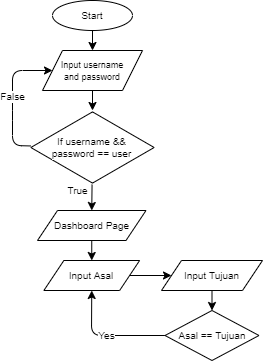
Above: flowchart.drawio.png in tafanianatalia/tafania-flight-booking-app (draw.io), before the change. Source tidied: cells renumbered, new cells last; positions are measured from the earlier drawing's top-left corner, leaving out a move shared by most shapes.
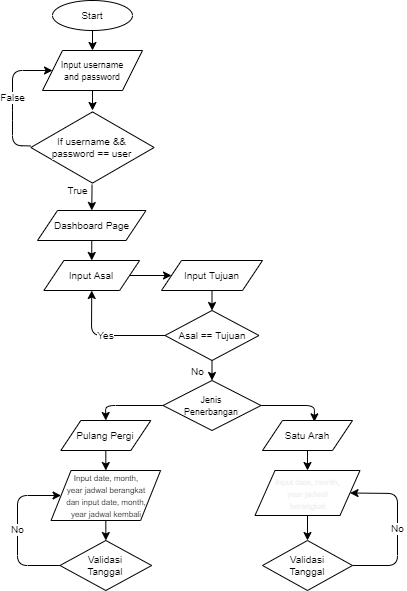
After the change.

Commit message:
feet : add if condition that require a valid date

What changed in the source:
```diff
@@ -2,9 +2,9 @@
   <root>
     <mxCell id="0" />
     <mxCell id="1" parent="0" />
-    <mxCell id="2" style="edgeStyle=none;html=1;exitX=0.5;exitY=1;exitDx=0;exitDy=0;entryX=0.5;entryY=0;entryDx=0;entryDy=0;fontSize=10;labelBackgroundColor=default;strokeColor=#000000;" parent="1" edge="1" source="3" target="5">
-      <mxGeometry relative="1" as="geometry" />
-    </mxCell>
+    <mxCell id="16" style="edgeStyle=none;html=1;exitX=0.5;exitY=1;exitDx=0;exitDy=0;entryX=0.5;entryY=0;entryDx=0;entryDy=0;fontSize=10;labelBackgroundColor=default;strokeColor=#000000;" parent="1" edge="1" source="3" target="5">
+      <mxGeometry relative="1" as="geometry" />
+    </mxCell>
     <mxCell id="3" value="Start" style="ellipse;whiteSpace=wrap;html=1;fontSize=10;labelBackgroundColor=default;" parent="1" vertex="1">
       <mxGeometry x="40" width="80" height="30" as="geometry" />
     </mxCell>
@@ -41,21 +41,87 @@
     <mxCell id="12" value="&lt;span style=&quot;font-weight: normal&quot;&gt;Input Asal&lt;/span&gt;" style="shape=parallelogram;perimeter=parallelogramPerimeter;whiteSpace=wrap;html=1;fixedSize=1;fontSize=10;fontStyle=1;labelBackgroundColor=default;" parent="1" vertex="1">
       <mxGeometry x="31.4" y="260" width="95.8" height="30" as="geometry" />
     </mxCell>
-    <mxCell id="13" style="edgeStyle=none;html=1;exitX=0.5;exitY=1;exitDx=0;exitDy=0;entryX=0.5;entryY=0;entryDx=0;entryDy=0;fontSize=5;labelBackgroundColor=default;strokeColor=#000000;" parent="1" edge="1" source="14" target="16">
-      <mxGeometry relative="1" as="geometry" />
-    </mxCell>
+    <mxCell id="17" style="edgeStyle=none;html=1;exitX=0.5;exitY=1;exitDx=0;exitDy=0;entryX=0.5;entryY=0;entryDx=0;entryDy=0;fontSize=5;labelBackgroundColor=default;strokeColor=#000000;" parent="1" edge="1" source="14" target="19">
+      <mxGeometry relative="1" as="geometry" />
+    </mxCell>
     <mxCell id="14" value="Input Tujuan" style="shape=parallelogram;perimeter=parallelogramPerimeter;whiteSpace=wrap;html=1;fixedSize=1;fontSize=10;labelBackgroundColor=default;" parent="1" vertex="1">
       <mxGeometry x="149" y="260" width="101" height="30" as="geometry" />
     </mxCell>
-    <mxCell id="15" value="Yes" style="edgeStyle=none;html=1;exitX=0;exitY=0.5;exitDx=0;exitDy=0;entryX=0.5;entryY=1;entryDx=0;entryDy=0;fontSize=10;labelBackgroundColor=#FFFFFF;strokeColor=#000000;fontColor=#000000;" parent="1" edge="1" source="16" target="12">
+    <mxCell id="15" value="Yes" style="edgeStyle=none;html=1;exitX=0;exitY=0.5;exitDx=0;exitDy=0;entryX=0.5;entryY=1;entryDx=0;entryDy=0;fontSize=10;labelBackgroundColor=#FFFFFF;strokeColor=#000000;fontColor=#000000;" parent="1" edge="1" source="19" target="12">
       <mxGeometry relative="1" as="geometry">
         <Array as="points">
           <mxPoint x="79" y="335" />
         </Array>
       </mxGeometry>
     </mxCell>
-    <mxCell id="16" value="Asal == Tujuan" style="rhombus;whiteSpace=wrap;html=1;fontSize=10;labelBackgroundColor=default;" parent="1" vertex="1">
-      <mxGeometry x="152.5" y="310" width="94" height="50" as="geometry" />
-    </mxCell>
+    <mxCell id="18" value="No" style="edgeStyle=none;html=1;exitX=0.5;exitY=1;exitDx=0;exitDy=0;entryX=0.5;entryY=0;entryDx=0;entryDy=0;fontSize=10;labelBackgroundColor=#FFFFFF;strokeColor=#000000;fontColor=#000000;" parent="1" edge="1" source="19" target="22">
+      <mxGeometry x="0.1" y="-14" relative="1" as="geometry" />
+    </mxCell>
+    <mxCell id="19" value="Asal == Tujuan" style="rhombus;whiteSpace=wrap;html=1;fontSize=10;labelBackgroundColor=default;" parent="1" vertex="1">
+      <mxGeometry x="152.5" y="310" width="94" height="50" as="geometry" />
+    </mxCell>
+    <mxCell id="20" style="edgeStyle=none;html=1;entryX=0.5;entryY=0;entryDx=0;entryDy=0;fontSize=10;exitX=0;exitY=0.5;exitDx=0;exitDy=0;labelBackgroundColor=default;strokeColor=#000000;" parent="1" edge="1" source="22" target="24">
+      <mxGeometry relative="1" as="geometry">
+        <Array as="points">
+          <mxPoint x="93" y="405" />
+        </Array>
+      </mxGeometry>
+    </mxCell>
+    <mxCell id="21" style="edgeStyle=none;html=1;exitX=1;exitY=0.5;exitDx=0;exitDy=0;entryX=0.576;entryY=0.045;entryDx=0;entryDy=0;entryPerimeter=0;fontSize=10;labelBackgroundColor=default;strokeColor=#000000;" parent="1" edge="1" source="22" target="26">
+      <mxGeometry relative="1" as="geometry">
+        <Array as="points">
+          <mxPoint x="302" y="405" />
+        </Array>
+      </mxGeometry>
+    </mxCell>
+    <mxCell id="22" value="&lt;font style=&quot;font-size: 9px&quot;&gt;Jenis&lt;br&gt;Penerbangan&lt;/font&gt;" style="rhombus;whiteSpace=wrap;html=1;fontSize=10;labelBackgroundColor=none;" parent="1" vertex="1">
+      <mxGeometry x="150.5" y="380" width="98" height="50" as="geometry" />
+    </mxCell>
+    <mxCell id="23" style="edgeStyle=none;html=1;entryX=0.5;entryY=0;entryDx=0;entryDy=0;fontSize=9;exitX=0.5;exitY=1;exitDx=0;exitDy=0;labelBackgroundColor=default;strokeColor=#000000;" parent="1" edge="1" source="24" target="28">
+      <mxGeometry relative="1" as="geometry" />
+    </mxCell>
+    <mxCell id="24" value="Pulang Pergi" style="shape=parallelogram;perimeter=parallelogramPerimeter;whiteSpace=wrap;html=1;fixedSize=1;fontSize=10;labelBackgroundColor=default;" parent="1" vertex="1">
+      <mxGeometry x="48.3" y="420" width="90" height="30" as="geometry" />
+    </mxCell>
+    <mxCell id="25" style="edgeStyle=none;html=1;exitX=0.5;exitY=1;exitDx=0;exitDy=0;fontSize=8;labelBackgroundColor=default;strokeColor=#000000;" parent="1" edge="1" source="26" target="30">
+      <mxGeometry relative="1" as="geometry" />
+    </mxCell>
+    <mxCell id="26" value="Satu Arah" style="shape=parallelogram;perimeter=parallelogramPerimeter;whiteSpace=wrap;html=1;fixedSize=1;fontSize=10;labelBackgroundColor=default;" parent="1" vertex="1">
+      <mxGeometry x="250" y="420" width="90" height="30" as="geometry" />
+    </mxCell>
+    <mxCell id="27" style="edgeStyle=none;html=1;exitX=0.5;exitY=1;exitDx=0;exitDy=0;entryX=0.5;entryY=0;entryDx=0;entryDy=0;fontSize=8;labelBackgroundColor=default;strokeColor=#000000;" parent="1" edge="1" source="28" target="32">
+      <mxGeometry relative="1" as="geometry" />
+    </mxCell>
+    <mxCell id="28" value="&lt;font style=&quot;font-size: 8px&quot;&gt;Input date, month,&lt;br&gt;year jadwal berangkat&lt;br&gt;dan input date, month,&lt;br&gt;year jadwal kembali&lt;/font&gt;" style="shape=parallelogram;perimeter=parallelogramPerimeter;whiteSpace=wrap;html=1;fixedSize=1;fontSize=10;labelBackgroundColor=none;" parent="1" vertex="1">
+      <mxGeometry x="38.6" y="470" width="109.5" height="50" as="geometry" />
+    </mxCell>
+    <mxCell id="29" style="edgeStyle=none;html=1;exitX=0.5;exitY=1;exitDx=0;exitDy=0;entryX=0.5;entryY=0;entryDx=0;entryDy=0;fontSize=8;labelBackgroundColor=default;strokeColor=#000000;" parent="1" edge="1" source="30" target="34">
+      <mxGeometry relative="1" as="geometry" />
+    </mxCell>
+    <mxCell id="30" value="&lt;span style=&quot;color: rgb(240, 240, 240); font-family: helvetica; font-size: 8px; font-style: normal; font-weight: 400; letter-spacing: normal; text-align: center; text-indent: 0px; text-transform: none; word-spacing: 0px; display: inline; float: none;&quot;&gt;Input date, month,&lt;br&gt;year jadwal&lt;br&gt;berangkat&lt;/span&gt;" style="shape=parallelogram;perimeter=parallelogramPerimeter;whiteSpace=wrap;html=1;fixedSize=1;fontSize=10;labelBackgroundColor=none;" parent="1" vertex="1">
+      <mxGeometry x="242.5" y="470" width="105" height="45" as="geometry" />
+    </mxCell>
+    <mxCell id="31" value="No" style="edgeStyle=none;html=1;exitX=0;exitY=0.5;exitDx=0;exitDy=0;entryX=0;entryY=0.5;entryDx=0;entryDy=0;fontSize=10;labelBackgroundColor=#FFFFFF;strokeColor=#000000;fontColor=#000000;" parent="1" edge="1" source="32" target="28">
+      <mxGeometry relative="1" as="geometry">
+        <Array as="points">
+          <mxPoint x="5" y="565" />
+          <mxPoint x="5" y="495" />
+        </Array>
+      </mxGeometry>
+    </mxCell>
+    <mxCell id="32" value="Validasi&lt;br&gt;Tanggal" style="rhombus;whiteSpace=wrap;html=1;fontSize=10;labelBackgroundColor=default;" parent="1" vertex="1">
+      <mxGeometry x="47.5" y="540" width="91.7" height="50" as="geometry" />
+    </mxCell>
+    <mxCell id="33" value="No" style="edgeStyle=none;html=1;exitX=1;exitY=0.5;exitDx=0;exitDy=0;entryX=1;entryY=0.5;entryDx=0;entryDy=0;fontSize=10;labelBackgroundColor=#FFFFFF;strokeColor=#000000;fontColor=#000000;" parent="1" edge="1" source="34" target="30">
+      <mxGeometry relative="1" as="geometry">
+        <Array as="points">
+          <mxPoint x="385" y="565" />
+          <mxPoint x="385" y="493" />
+        </Array>
+      </mxGeometry>
+    </mxCell>
+    <mxCell id="34" value="Validasi&lt;br&gt;Tanggal" style="rhombus;whiteSpace=wrap;html=1;fontSize=10;labelBackgroundColor=default;" parent="1" vertex="1">
+      <mxGeometry x="250" y="540" width="90" height="50" as="geometry" />
+    </mxCell>
   </root>
 </mxGraphModel>
```
